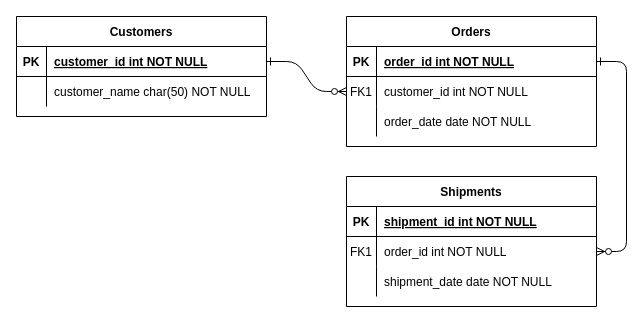
This is exercise1.drawio from dmcneill15/module8, a draw.io file, before an edit. Source tidied: cells renumbered, new cells numbered last; positions are measured from the earlier drawing's top-left corner, leaving out a move shared by most shapes. Both pictures are drawn from the tidied source at 100%, with x=0, y=0 at pixel (16, 16).
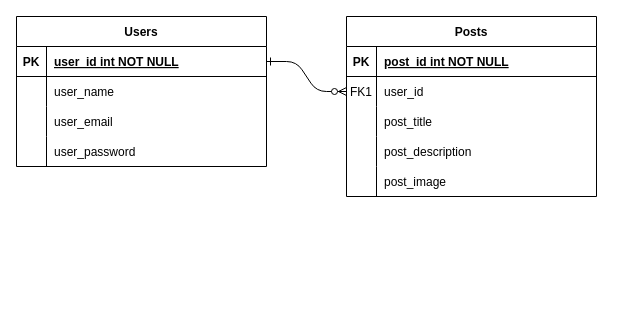
The same page after the edit.

The change refers to these unchanged cells:
```xml
<mxCell id="5" style="shape=partialRectangle;fillColor=none;points=[[0,0.5],[1,0.5]];portConstraint=eastwest;top=0;left=0;right=0;bottom=1;" parent="4" vertex="1">
  <mxGeometry y="30" width="250" height="30" as="geometry" />
</mxCell>
<mxCell id="8" style="shape=partialRectangle;fillColor=none;points=[[0,0.5],[1,0.5]];portConstraint=eastwest;top=0;left=0;right=0;bottom=0;" parent="4" vertex="1">
  <mxGeometry y="60" width="250" height="30" as="geometry" />
</mxCell>
<mxCell id="11" style="shape=partialRectangle;fillColor=none;top=0;left=0;right=0;bottom=0;" parent="4" vertex="1">
  <mxGeometry y="90" width="250" height="30" as="geometry" />
</mxCell>
<mxCell id="25" style="shape=partialRectangle;fillColor=none;points=[[0,0.5],[1,0.5]];portConstraint=eastwest;top=0;left=0;right=0;bottom=1;" parent="24" vertex="1">
  <mxGeometry y="30" width="250" height="30" as="geometry" />
</mxCell>
<mxCell id="28" style="shape=partialRectangle;fillColor=none;top=0;left=0;right=0;bottom=0;" parent="24" vertex="1">
  <mxGeometry y="60" width="250" height="30" as="geometry" />
</mxCell>
```

Change to the diagram source:
```diff
@@
-    <mxCell id="3" style="edgeStyle=entityRelationEdgeStyle;endArrow=ERzeroToMany;startArrow=ERone;endFill=1;startFill=0;" parent="1" edge="1" source="5" target="18">
-      <mxGeometry relative="1" as="geometry" />
-    </mxCell>
-    <mxCell id="4" value="Orders" style="shape=table;startSize=30;childLayout=tableLayout;rowLines=0;fontStyle=1;align=center;" parent="1" vertex="1">
-      <mxGeometry x="330" width="250" height="130" as="geometry" />
+    <mxCell id="4" value="Posts" style="shape=table;startSize=30;childLayout=tableLayout;rowLines=0;fontStyle=1;align=center;" parent="1" vertex="1">
+      <mxGeometry x="330" width="250" height="180" as="geometry" />
     </mxCell>
@@
-    <mxCell id="7" value="order_id int NOT NULL " style="shape=partialRectangle;overflow=hidden;fillColor=none;top=0;left=0;bottom=0;right=0;align=left;spacingLeft=6;fontStyle=5;" parent="5" vertex="1">
+    <mxCell id="7" value="post_id int NOT NULL " style="shape=partialRectangle;overflow=hidden;fillColor=none;top=0;left=0;bottom=0;right=0;align=left;spacingLeft=6;fontStyle=5;" parent="5" vertex="1">
       <mxGeometry x="30" width="220" height="30" as="geometry" />
     </mxCell>
@@
-    <mxCell id="10" value="customer_id int NOT NULL" style="shape=partialRectangle;overflow=hidden;fillColor=none;top=0;left=0;bottom=0;right=0;align=left;spacingLeft=6;" parent="8" vertex="1">
+    <mxCell id="10" value="user_id" style="shape=partialRectangle;overflow=hidden;fillColor=none;top=0;left=0;bottom=0;right=0;align=left;spacingLeft=6;" parent="8" vertex="1">
       <mxGeometry x="30" width="220" height="30" as="geometry" />
     </mxCell>
@@
-    <mxCell id="13" value="order_date date NOT NULL" style="shape=partialRectangle;overflow=hidden;fillColor=none;top=0;left=0;bottom=0;right=0;align=left;spacingLeft=6;" parent="11" vertex="1">
+    <mxCell id="13" value="post_title" style="shape=partialRectangle;overflow=hidden;fillColor=none;top=0;left=0;bottom=0;right=0;align=left;spacingLeft=6;" parent="11" vertex="1">
       <mxGeometry x="30" width="220" height="30" as="geometry" />
     </mxCell>
-    <mxCell id="14" value="Shipments" style="shape=table;startSize=30;childLayout=tableLayout;rowLines=0;fontStyle=1;align=center;" parent="1" vertex="1">
-      <mxGeometry x="330" y="160" width="250" height="130" as="geometry" />
-    </mxCell>
-    <mxCell id="15" style="shape=partialRectangle;fillColor=none;top=0;left=0;right=0;bottom=1;" parent="14" vertex="1">
-      <mxGeometry y="30" width="250" height="30" as="geometry" />
-    </mxCell>
-    <mxCell id="16" value="PK" style="shape=partialRectangle;overflow=hidden;fillColor=none;top=0;left=0;bottom=0;right=0;fontStyle=1;" parent="15" vertex="1">
-      <mxGeometry width="30" height="30" as="geometry" />
-    </mxCell>
-    <mxCell id="17" value="shipment_id int NOT NULL " style="shape=partialRectangle;overflow=hidden;fillColor=none;top=0;left=0;bottom=0;right=0;align=left;spacingLeft=6;fontStyle=5;" parent="15" vertex="1">
-      <mxGeometry x="30" width="220" height="30" as="geometry" />
-    </mxCell>
-    <mxCell id="18" style="shape=partialRectangle;fillColor=none;points=[[0,0.5],[1,0.5]];portConstraint=eastwest;top=0;left=0;right=0;bottom=0;" parent="14" vertex="1">
-      <mxGeometry y="60" width="250" height="30" as="geometry" />
-    </mxCell>
-    <mxCell id="19" value="FK1" style="shape=partialRectangle;overflow=hidden;fillColor=none;top=0;left=0;bottom=0;right=0;" parent="18" vertex="1">
-      <mxGeometry width="30" height="30" as="geometry" />
-    </mxCell>
-    <mxCell id="20" value="order_id int NOT NULL" style="shape=partialRectangle;overflow=hidden;fillColor=none;top=0;left=0;bottom=0;right=0;align=left;spacingLeft=6;" parent="18" vertex="1">
-      <mxGeometry x="30" width="220" height="30" as="geometry" />
-    </mxCell>
-    <mxCell id="21" style="shape=partialRectangle;fillColor=none;top=0;left=0;right=0;bottom=0;" parent="14" vertex="1">
-      <mxGeometry y="90" width="250" height="30" as="geometry" />
-    </mxCell>
-    <mxCell id="22" style="shape=partialRectangle;overflow=hidden;fillColor=none;top=0;left=0;bottom=0;right=0;" parent="21" vertex="1">
-      <mxGeometry width="30" height="30" as="geometry" />
-    </mxCell>
-    <mxCell id="23" value="shipment_date date NOT NULL" style="shape=partialRectangle;overflow=hidden;fillColor=none;top=0;left=0;bottom=0;right=0;align=left;spacingLeft=6;" parent="21" vertex="1">
-      <mxGeometry x="30" width="220" height="30" as="geometry" />
-    </mxCell>
+    <mxCell id="31" style="shape=partialRectangle;fillColor=none;top=0;left=0;right=0;bottom=0;" parent="4" vertex="1">
+      <mxGeometry y="120" width="250" height="30" as="geometry" />
+    </mxCell>
+    <mxCell id="32" style="shape=partialRectangle;overflow=hidden;fillColor=none;top=0;left=0;bottom=0;right=0;" parent="31" vertex="1">
+      <mxGeometry width="30" height="30" as="geometry" />
+    </mxCell>
+    <mxCell id="33" value="post_description" style="shape=partialRectangle;overflow=hidden;fillColor=none;top=0;left=0;bottom=0;right=0;align=left;spacingLeft=6;" parent="31" vertex="1">
+      <mxGeometry x="30" width="220" height="30" as="geometry" />
+    </mxCell>
+    <mxCell id="34" style="shape=partialRectangle;fillColor=none;top=0;left=0;right=0;bottom=0;" parent="4" vertex="1">
+      <mxGeometry y="150" width="250" height="30" as="geometry" />
+    </mxCell>
+    <mxCell id="35" style="shape=partialRectangle;overflow=hidden;fillColor=none;top=0;left=0;bottom=0;right=0;" parent="34" vertex="1">
+      <mxGeometry width="30" height="30" as="geometry" />
+    </mxCell>
+    <mxCell id="36" value="post_image" style="shape=partialRectangle;overflow=hidden;fillColor=none;top=0;left=0;bottom=0;right=0;align=left;spacingLeft=6;" parent="34" vertex="1">
+      <mxGeometry x="30" width="220" height="30" as="geometry" />
+    </mxCell>
-    <mxCell id="24" value="Customers" style="shape=table;startSize=30;childLayout=tableLayout;rowLines=0;fontStyle=1;align=center;" parent="1" vertex="1">
-      <mxGeometry width="250" height="100" as="geometry" />
+    <mxCell id="24" value="Users" style="shape=table;startSize=30;childLayout=tableLayout;rowLines=0;fontStyle=1;align=center;" parent="1" vertex="1">
+      <mxGeometry width="250" height="150" as="geometry" />
     </mxCell>
@@
-    <mxCell id="27" value="customer_id int NOT NULL " style="shape=partialRectangle;overflow=hidden;fillColor=none;top=0;left=0;bottom=0;right=0;align=left;spacingLeft=6;fontStyle=5;" parent="25" vertex="1">
+    <mxCell id="27" value="user_id int NOT NULL " style="shape=partialRectangle;overflow=hidden;fillColor=none;top=0;left=0;bottom=0;right=0;align=left;spacingLeft=6;fontStyle=5;" parent="25" vertex="1">
       <mxGeometry x="30" width="220" height="30" as="geometry" />
     </mxCell>
@@
-    <mxCell id="30" value="customer_name char(50) NOT NULL" style="shape=partialRectangle;overflow=hidden;fillColor=none;top=0;left=0;bottom=0;right=0;align=left;spacingLeft=6;" parent="28" vertex="1">
+    <mxCell id="30" value="user_name" style="shape=partialRectangle;overflow=hidden;fillColor=none;top=0;left=0;bottom=0;right=0;align=left;spacingLeft=6;" parent="28" vertex="1">
       <mxGeometry x="30" width="220" height="30" as="geometry" />
     </mxCell>
+    <mxCell id="21" style="shape=partialRectangle;fillColor=none;top=0;left=0;right=0;bottom=0;" parent="24" vertex="1">
+      <mxGeometry y="90" width="250" height="30" as="geometry" />
+    </mxCell>
+    <mxCell id="37" style="shape=partialRectangle;overflow=hidden;fillColor=none;top=0;left=0;bottom=0;right=0;" parent="21" vertex="1">
+      <mxGeometry width="30" height="30" as="geometry" />
+    </mxCell>
+    <mxCell id="38" value="user_email" style="shape=partialRectangle;overflow=hidden;fillColor=none;top=0;left=0;bottom=0;right=0;align=left;spacingLeft=6;" parent="21" vertex="1">
+      <mxGeometry x="30" width="220" height="30" as="geometry" />
+    </mxCell>
+    <mxCell id="39" style="shape=partialRectangle;fillColor=none;top=0;left=0;right=0;bottom=0;" parent="24" vertex="1">
+      <mxGeometry y="120" width="250" height="30" as="geometry" />
+    </mxCell>
+    <mxCell id="40" style="shape=partialRectangle;overflow=hidden;fillColor=none;top=0;left=0;bottom=0;right=0;" parent="39" vertex="1">
+      <mxGeometry width="30" height="30" as="geometry" />
+    </mxCell>
+    <mxCell id="41" value="user_password" style="shape=partialRectangle;overflow=hidden;fillColor=none;top=0;left=0;bottom=0;right=0;align=left;spacingLeft=6;" parent="39" vertex="1">
+      <mxGeometry x="30" width="220" height="30" as="geometry" />
+    </mxCell>
```
